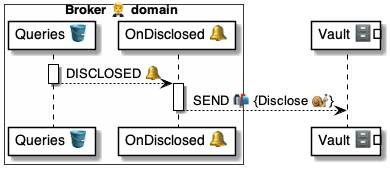
The PlantUML diagram 4 ⚙️ Solution/20 🧑‍🦰 UI/Brokers 🤵/🤵🪣 Broker tables/Queries 💼 table/🪣🧱 70 Disclosed 🔔 event/🤵 OnQueryDisclosed ⚙️ uml.png in pollyweb-org/pollyweb-docs, before a commit. Its source is kept beside it as 4 ⚙️ Solution/20 🧑‍🦰 UI/Brokers 🤵/🤵🪣 Broker tables/Queries 💼 table/🪣🧱 70 Disclosed 🔔 event/🤵 OnQueryDisclosed ⚙️ uml.puml. Source of this version:
```plantuml
@startuml OnQueryDisclosed

box Broker 🤵 domain #FFFFFA
    participant "Queries 🪣" as table
    participant "OnDisclosed 🔔" as handler
end box
participant "Vault 🗄️" as vault

activate table
    table --> handler: DISCLOSED 🔔
deactivate table

activate handler
    handler --> vault: SEND 📬 {Disclose 🐌}
deactivate handler

@enduml
```
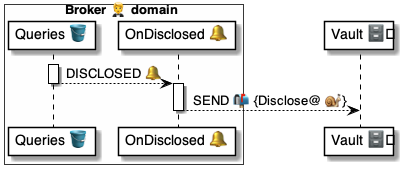
The same diagram one commit later.

Change to the diagram source:
```diff
@@ -11,7 +11,7 @@
 deactivate table
 
 activate handler
-    handler --> vault: SEND 📬 {Disclose 🐌}
+    handler --> vault: SEND 📬 {Disclose@ 🐌}
 deactivate handler
 
 @enduml
```
